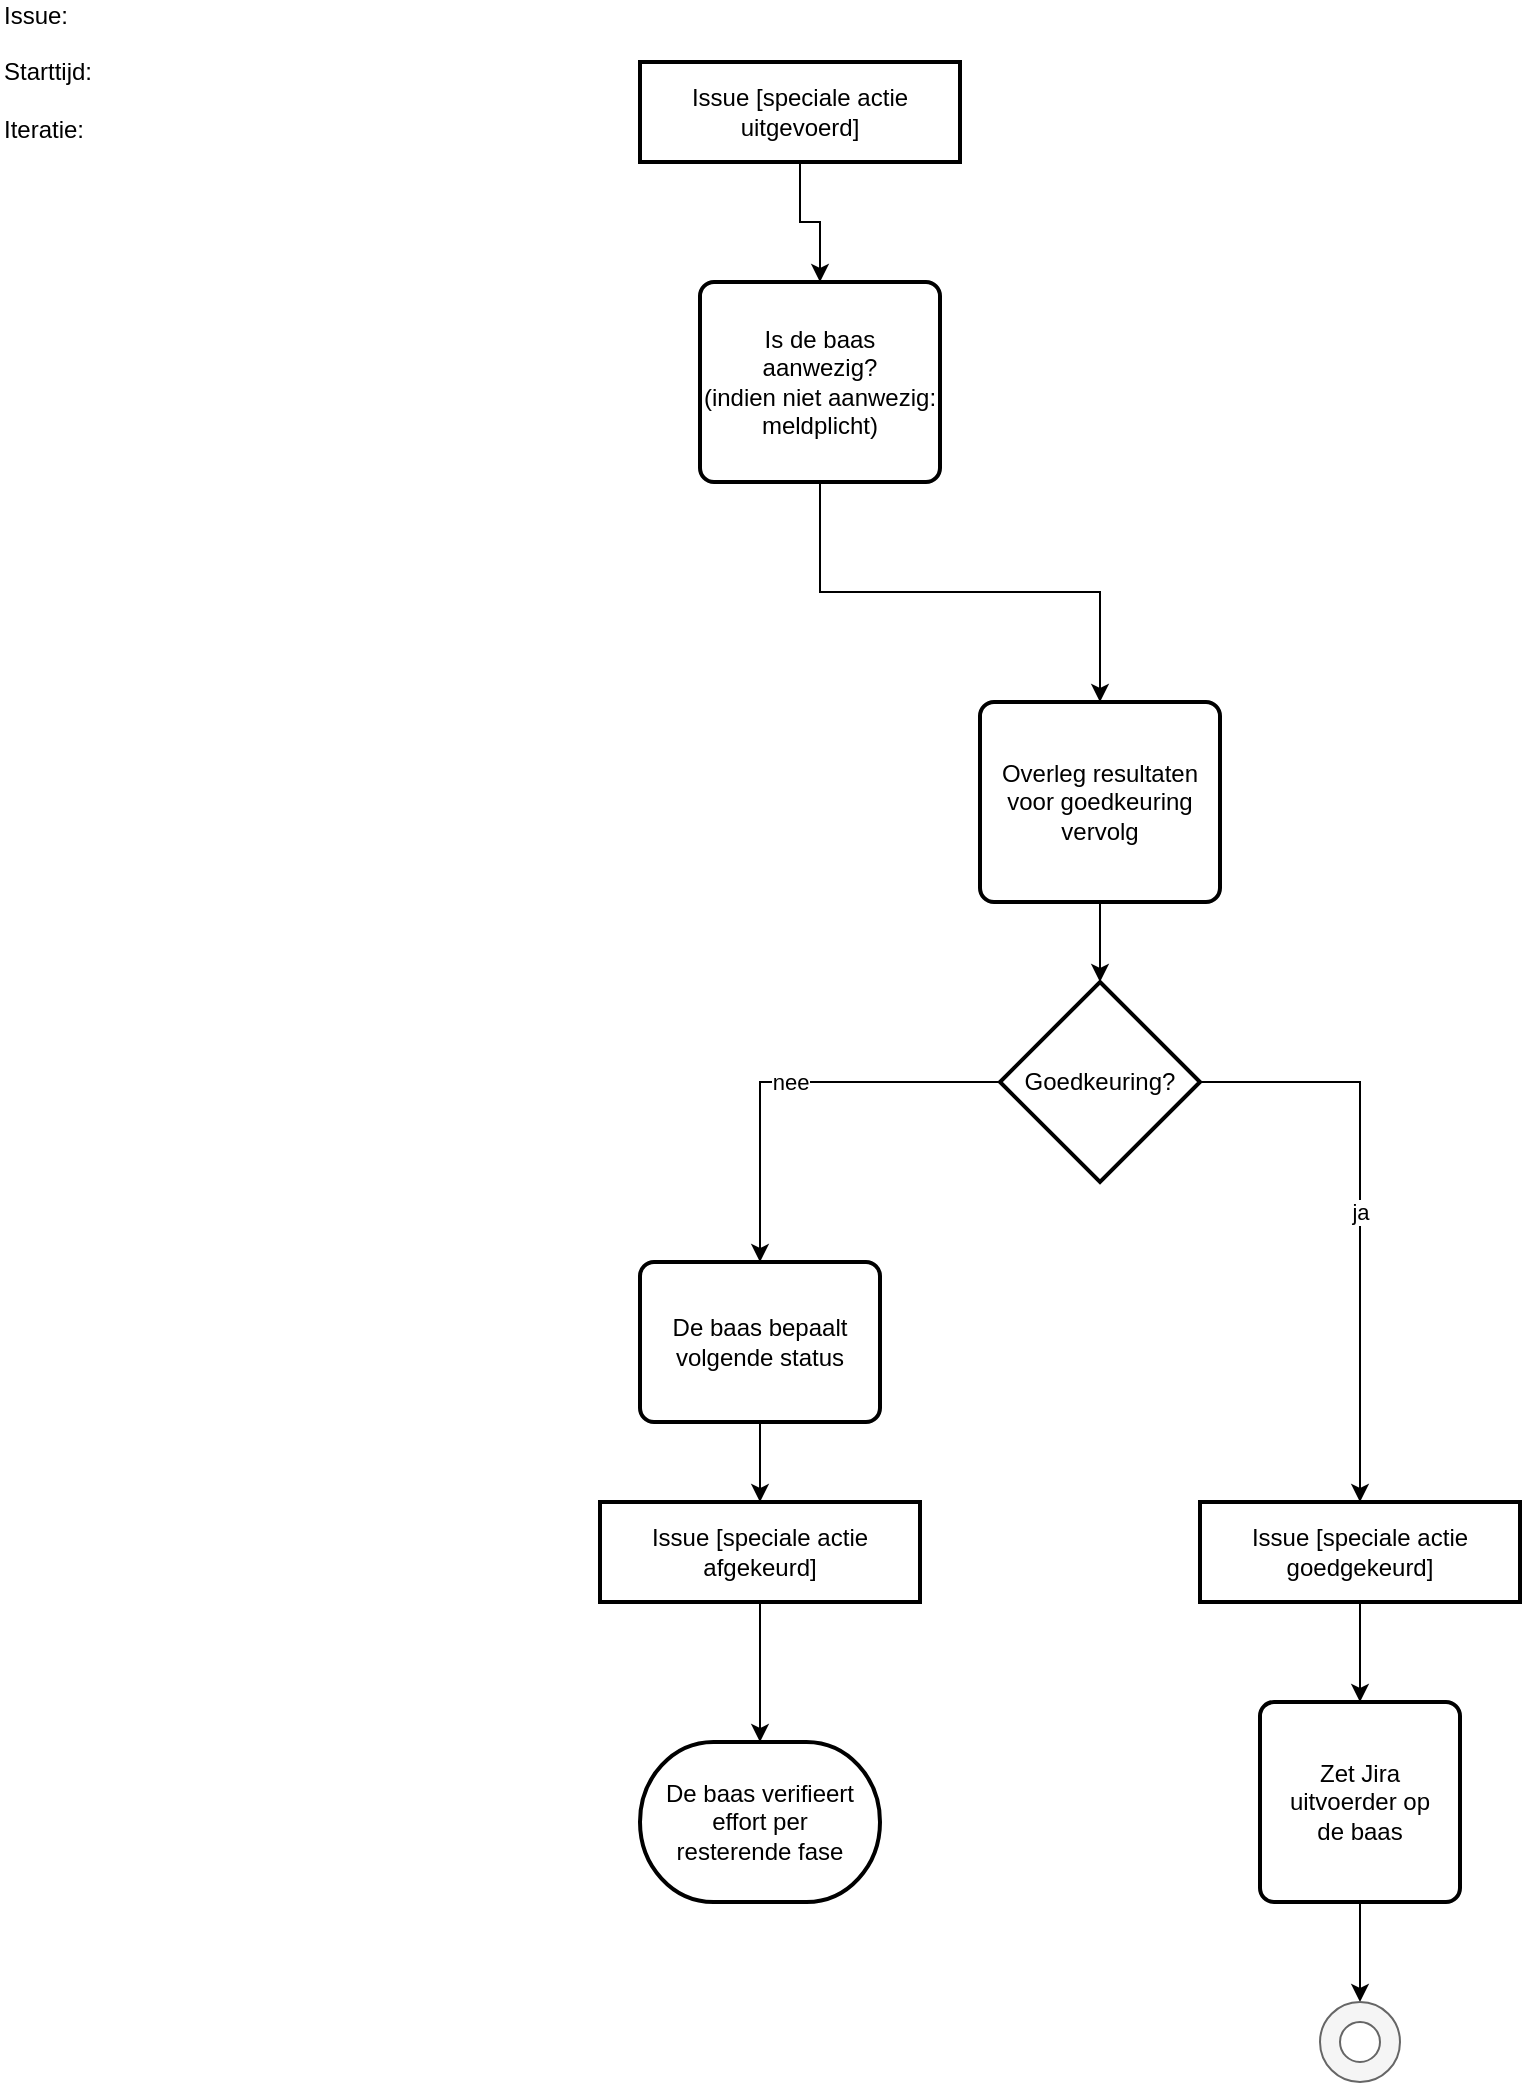
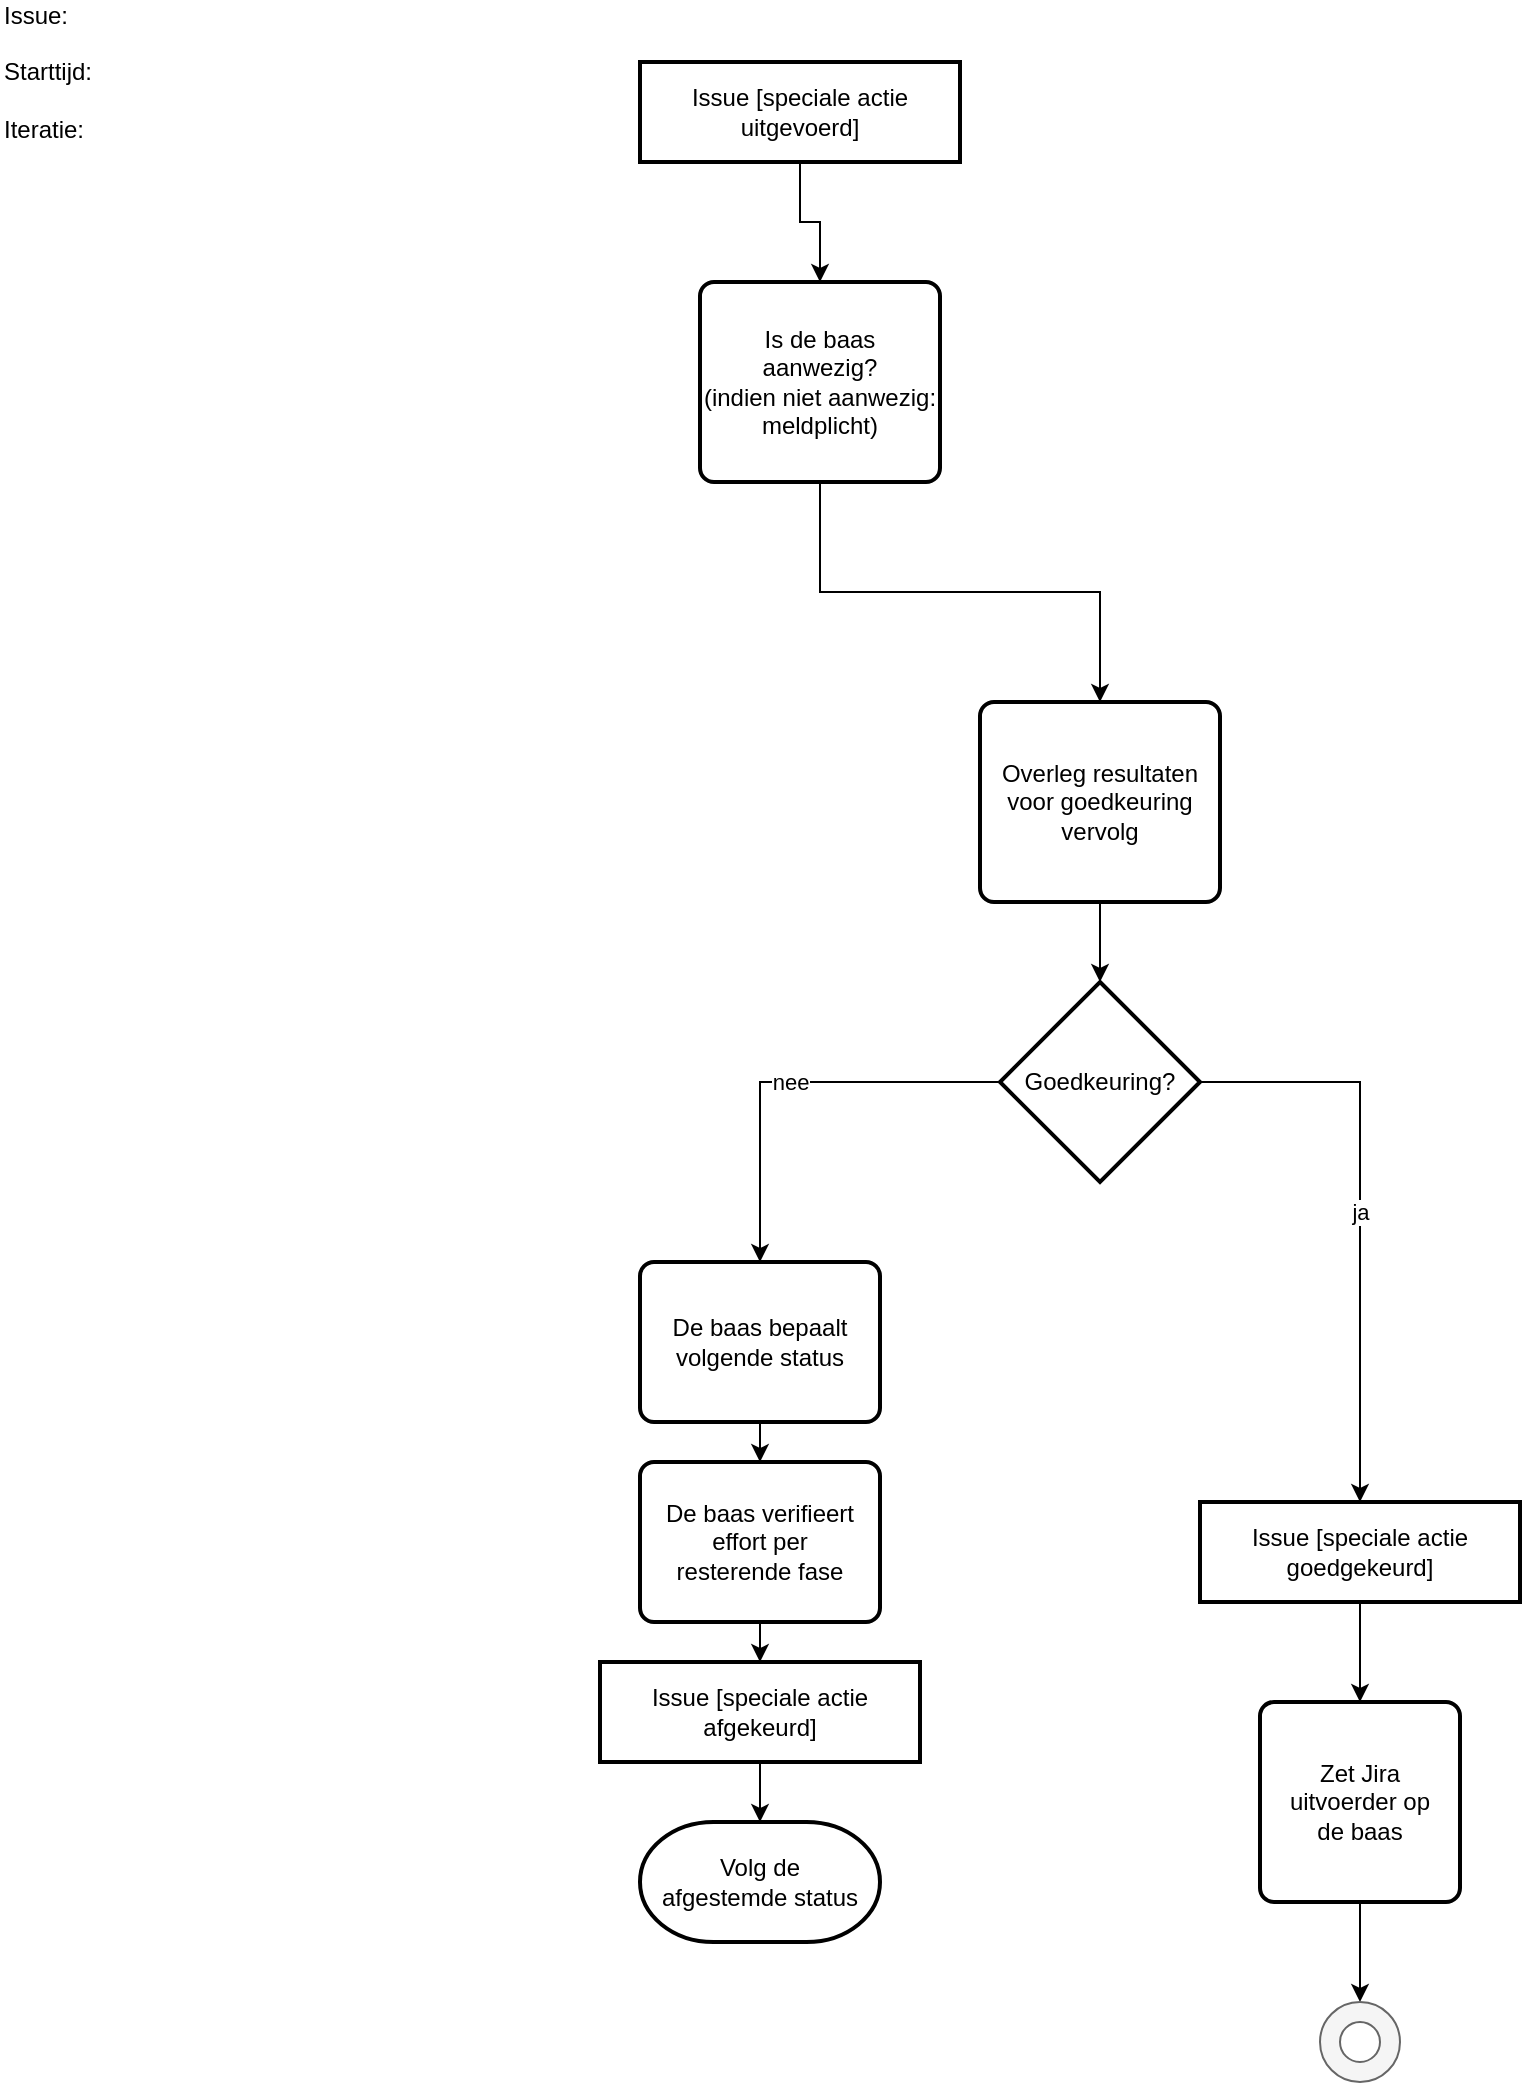
<mxfile host="Electron" agent="Mozilla/5.0 (Windows NT 10.0; Win64; x64) AppleWebKit/537.36 (KHTML, like Gecko) Chrome/144.0.0.0 Safari/537.36">
  <diagram id="BnLUZblOsesBlHXev8Wl" name="Page-1">
    <mxGraphModel dx="1460" dy="999" grid="1" gridSize="10" guides="1" tooltips="1" connect="1" arrows="1" fold="1" page="1" pageScale="1" pageWidth="827" pageHeight="1169" math="0" shadow="0">
      <root>
        <mxCell id="0" />
        <mxCell id="1" parent="0" />
        <mxCell id="pxuzoADpxMfooJR_diKQ-1" edge="1" parent="1" source="pxuzoADpxMfooJR_diKQ-2" style="edgeStyle=orthogonalEdgeStyle;rounded=0;orthogonalLoop=1;jettySize=auto;html=1;entryX=0.5;entryY=0;entryDx=0;entryDy=0;" target="pxuzoADpxMfooJR_diKQ-4" value="">
          <mxGeometry relative="1" as="geometry" />
        </mxCell>
        <object label="Issue [speciale actie uitgevoerd]" Action="1201" id="pxuzoADpxMfooJR_diKQ-2">
          <mxCell parent="1" style="rounded=0;whiteSpace=wrap;html=1;strokeWidth=2;" vertex="1">
            <mxGeometry height="50" width="160" x="340" y="40" as="geometry" />
          </mxCell>
        </object>
        <mxCell id="pxuzoADpxMfooJR_diKQ-3" edge="1" parent="1" source="pxuzoADpxMfooJR_diKQ-4" style="edgeStyle=orthogonalEdgeStyle;rounded=0;orthogonalLoop=1;jettySize=auto;html=1;exitX=0.5;exitY=1;exitDx=0;exitDy=0;entryX=0.5;entryY=0;entryDx=0;entryDy=0;" target="pxuzoADpxMfooJR_diKQ-9">
          <mxGeometry relative="1" as="geometry" />
        </mxCell>
        <object label="Is de baas&lt;br&gt;aanwezig?&lt;br&gt;(indien niet aanwezig:&lt;br&gt;meldplicht)" Action="1202" id="pxuzoADpxMfooJR_diKQ-4">
          <mxCell parent="1" style="rounded=1;whiteSpace=wrap;html=1;absoluteArcSize=1;arcSize=14;strokeWidth=2;" vertex="1">
            <mxGeometry height="100" width="120" x="370" y="150" as="geometry" />
          </mxCell>
        </object>
        <mxCell id="pxuzoADpxMfooJR_diKQ-8" edge="1" parent="1" source="pxuzoADpxMfooJR_diKQ-9" style="edgeStyle=orthogonalEdgeStyle;rounded=0;orthogonalLoop=1;jettySize=auto;html=1;exitX=0.5;exitY=1;exitDx=0;exitDy=0;entryX=0.5;entryY=0;entryDx=0;entryDy=0;" target="pxuzoADpxMfooJR_diKQ-decision_goedkeuring" value="">
          <mxGeometry relative="1" as="geometry" />
        </mxCell>
        <object label="Overleg resultaten&lt;br&gt;voor goedkeuring&lt;br&gt;vervolg" Action="1204" id="pxuzoADpxMfooJR_diKQ-9">
          <mxCell parent="1" style="rounded=1;whiteSpace=wrap;html=1;absoluteArcSize=1;arcSize=14;strokeWidth=2;" vertex="1">
            <mxGeometry height="100" width="120" x="510" y="360" as="geometry" />
          </mxCell>
        </object>
        <mxCell id="edge_goedkeuring_nee" edge="1" parent="1" source="pxuzoADpxMfooJR_diKQ-decision_goedkeuring" style="edgeStyle=orthogonalEdgeStyle;rounded=0;orthogonalLoop=1;jettySize=auto;html=1;exitX=0;exitY=0.5;exitDx=0;exitDy=0;exitPerimeter=0;entryX=0.5;entryY=0;entryDx=0;entryDy=0;" target="pxuzoADpxMfooJR_diKQ-17" value="nee">
          <mxGeometry relative="1" as="geometry" />
        </mxCell>
        <mxCell id="edge_goedkeuring_ja" edge="1" parent="1" source="pxuzoADpxMfooJR_diKQ-decision_goedkeuring" style="edgeStyle=orthogonalEdgeStyle;rounded=0;orthogonalLoop=1;jettySize=auto;html=1;exitX=1;exitY=0.5;exitDx=0;exitDy=0;exitPerimeter=0;entryX=0.5;entryY=0;entryDx=0;entryDy=0;" target="object_special_action_goedgekeurd" value="ja">
          <mxGeometry relative="1" as="geometry" />
        </mxCell>
        <object label="Goedkeuring?" Action="1205" id="pxuzoADpxMfooJR_diKQ-decision_goedkeuring">
          <mxCell parent="1" style="strokeWidth=2;html=1;shape=mxgraph.flowchart.decision;whiteSpace=wrap;" vertex="1">
            <mxGeometry height="100" width="100" x="520" y="500" as="geometry" />
          </mxCell>
        </object>
        <object label="De baas bepaalt&lt;br&gt;volgende status" Action="1206" id="pxuzoADpxMfooJR_diKQ-17">
          <mxCell parent="1" style="rounded=1;whiteSpace=wrap;html=1;absoluteArcSize=1;arcSize=14;strokeWidth=2;" vertex="1">
            <mxGeometry height="80" width="120" x="340" y="640" as="geometry" />
          </mxCell>
        </object>
        <mxCell id="pxuzoADpxMfooJR_diKQ-20" parent="1" style="text;html=1;align=left;verticalAlign=middle;whiteSpace=wrap;rounded=0;" value="Issue:&amp;nbsp; &amp;nbsp;&lt;br&gt;&lt;br&gt;Starttijd:&lt;br&gt;&lt;br&gt;Iteratie:&amp;nbsp;" vertex="1">
          <mxGeometry height="30" width="60" x="20" y="30" as="geometry" />
        </mxCell>
        <object label="De baas verifieert&lt;br&gt;effort per&lt;br&gt;resterende fase" Action="1207" id="pxuzoADpxMfooJR_diKQ-27">
-           <mxCell parent="1" style="strokeWidth=2;html=1;shape=mxgraph.flowchart.terminator;whiteSpace=wrap;" vertex="1">
-             <mxGeometry height="80" width="120" x="340" y="880" as="geometry" />
+           <mxCell parent="1" style="rounded=1;whiteSpace=wrap;html=1;absoluteArcSize=1;arcSize=14;strokeWidth=2;" vertex="1">
+             <mxGeometry height="80" width="120" x="340" y="740" as="geometry" />
          </mxCell>
        </object>
-         <mxCell id="pxuzoADpxMfooJR_diKQ-28" edge="1" parent="1" source="pxuzoADpxMfooJR_diKQ-17" style="edgeStyle=orthogonalEdgeStyle;rounded=0;orthogonalLoop=1;jettySize=auto;html=1;exitX=0.5;exitY=1;exitDx=0;exitDy=0;entryX=0.5;entryY=0;entryDx=0;entryDy=0;" target="object_special_action_afgekeurd">
+         <mxCell id="pxuzoADpxMfooJR_diKQ-28" edge="1" parent="1" source="pxuzoADpxMfooJR_diKQ-17" style="edgeStyle=orthogonalEdgeStyle;rounded=0;orthogonalLoop=1;jettySize=auto;html=1;exitX=0.5;exitY=1;exitDx=0;exitDy=0;entryX=0.5;entryY=0;entryDx=0;entryDy=0;" target="pxuzoADpxMfooJR_diKQ-27">
+           <mxGeometry relative="1" as="geometry" />
+         </mxCell>
+         <mxCell id="edge_verifieert_to_afgekeurd" edge="1" parent="1" source="pxuzoADpxMfooJR_diKQ-27" style="edgeStyle=orthogonalEdgeStyle;rounded=0;orthogonalLoop=1;jettySize=auto;html=1;exitX=0.5;exitY=1;exitDx=0;exitDy=0;entryX=0.5;entryY=0;entryDx=0;entryDy=0;" target="object_special_action_afgekeurd" value="">
          <mxGeometry relative="1" as="geometry" />
        </mxCell>
        <object label="Issue [speciale actie afgekeurd]" id="object_special_action_afgekeurd">
          <mxCell parent="1" style="rounded=0;whiteSpace=wrap;html=1;strokeWidth=2;" vertex="1">
-             <mxGeometry height="50" width="160" x="320" y="760" as="geometry" />
+             <mxGeometry height="50" width="160" x="320" y="840" as="geometry" />
          </mxCell>
        </object>
-         <mxCell id="edge_afgekeurd_to_terminator" edge="1" parent="1" source="object_special_action_afgekeurd" style="edgeStyle=orthogonalEdgeStyle;rounded=0;orthogonalLoop=1;jettySize=auto;html=1;exitX=0.5;exitY=1;exitDx=0;exitDy=0;entryX=0.5;entryY=0;entryDx=0;entryDy=0;" target="pxuzoADpxMfooJR_diKQ-27" value="">
+         <object label="Volg de&lt;br&gt;afgestemde status" Action="1209" id="terminator_volg_afgestemde_status">
+           <mxCell parent="1" style="strokeWidth=2;html=1;shape=mxgraph.flowchart.terminator;whiteSpace=wrap;" vertex="1">
+             <mxGeometry height="60" width="120" x="340" y="920" as="geometry" />
+           </mxCell>
+         </object>
+         <mxCell id="edge_afgekeurd_to_volg" edge="1" parent="1" source="object_special_action_afgekeurd" style="edgeStyle=orthogonalEdgeStyle;rounded=0;orthogonalLoop=1;jettySize=auto;html=1;exitX=0.5;exitY=1;exitDx=0;exitDy=0;entryX=0.5;entryY=0;entryDx=0;entryDy=0;" target="terminator_volg_afgestemde_status" value="">
          <mxGeometry relative="1" as="geometry" />
        </mxCell>
        <mxCell id="edge_goedgekeurd_to_jira_baas" edge="1" parent="1" source="object_special_action_goedgekeurd" style="edgeStyle=orthogonalEdgeStyle;rounded=0;orthogonalLoop=1;jettySize=auto;html=1;exitX=0.5;exitY=1;exitDx=0;exitDy=0;entryX=0.5;entryY=0;entryDx=0;entryDy=0;" target="pxuzoADpxMfooJR_diKQ-action_jira_baas" value="">
          <mxGeometry relative="1" as="geometry" />
        </mxCell>
        <object label="Issue [speciale actie goedgekeurd]" id="object_special_action_goedgekeurd">
          <mxCell parent="1" style="rounded=0;whiteSpace=wrap;html=1;strokeWidth=2;" vertex="1">
            <mxGeometry height="50" width="160" x="620" y="760" as="geometry" />
          </mxCell>
        </object>
        <mxCell id="edge_jira_baas_to_final" edge="1" parent="1" source="pxuzoADpxMfooJR_diKQ-action_jira_baas" style="edgeStyle=orthogonalEdgeStyle;rounded=0;orthogonalLoop=1;jettySize=auto;html=1;exitX=0.5;exitY=1;exitDx=0;exitDy=0;entryX=0.5;entryY=0;entryDx=0;entryDy=0;" target="final_donut_special_action" value="">
          <mxGeometry relative="1" as="geometry" />
        </mxCell>
        <object label="Zet Jira&lt;br&gt;uitvoerder op&lt;br&gt;de baas" Action="1208" id="pxuzoADpxMfooJR_diKQ-action_jira_baas">
          <mxCell parent="1" style="rounded=1;whiteSpace=wrap;html=1;absoluteArcSize=1;arcSize=14;strokeWidth=2;" vertex="1">
            <mxGeometry height="100" width="100" x="650" y="860" as="geometry" />
          </mxCell>
        </object>
        <mxCell id="final_donut_special_action" parent="1" style="verticalLabelPosition=bottom;verticalAlign=top;html=1;shape=mxgraph.basic.donut;dx=10;fillColor=#f5f5f5;strokeColor=#666666;fontColor=#333333;" value="" vertex="1">
          <mxGeometry height="40" width="40" x="680" y="1010" as="geometry" />
        </mxCell>
      </root>
    </mxGraphModel>
  </diagram>
</mxfile>
